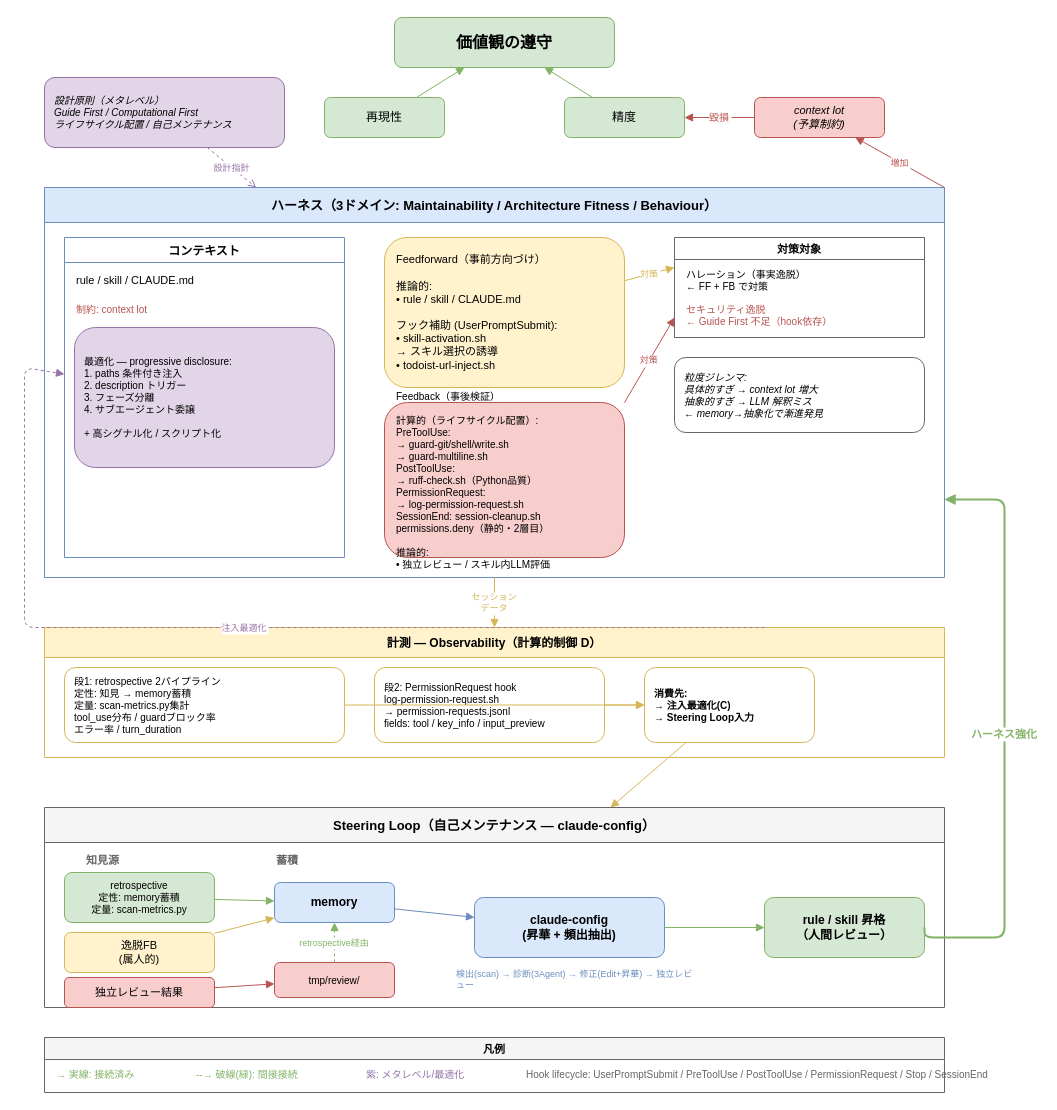
The draw.io diagram docs/harness-engineering-full-v2.drawio in swat9013/dotfiles, before the edit. Source tidied: cells renumbered, new cells numbered last; positions are measured from the earlier drawing's top-left corner, leaving out a move shared by most shapes. Both pictures are drawn from the tidied source at 100%, with x=0, y=0 at pixel (24, 17).
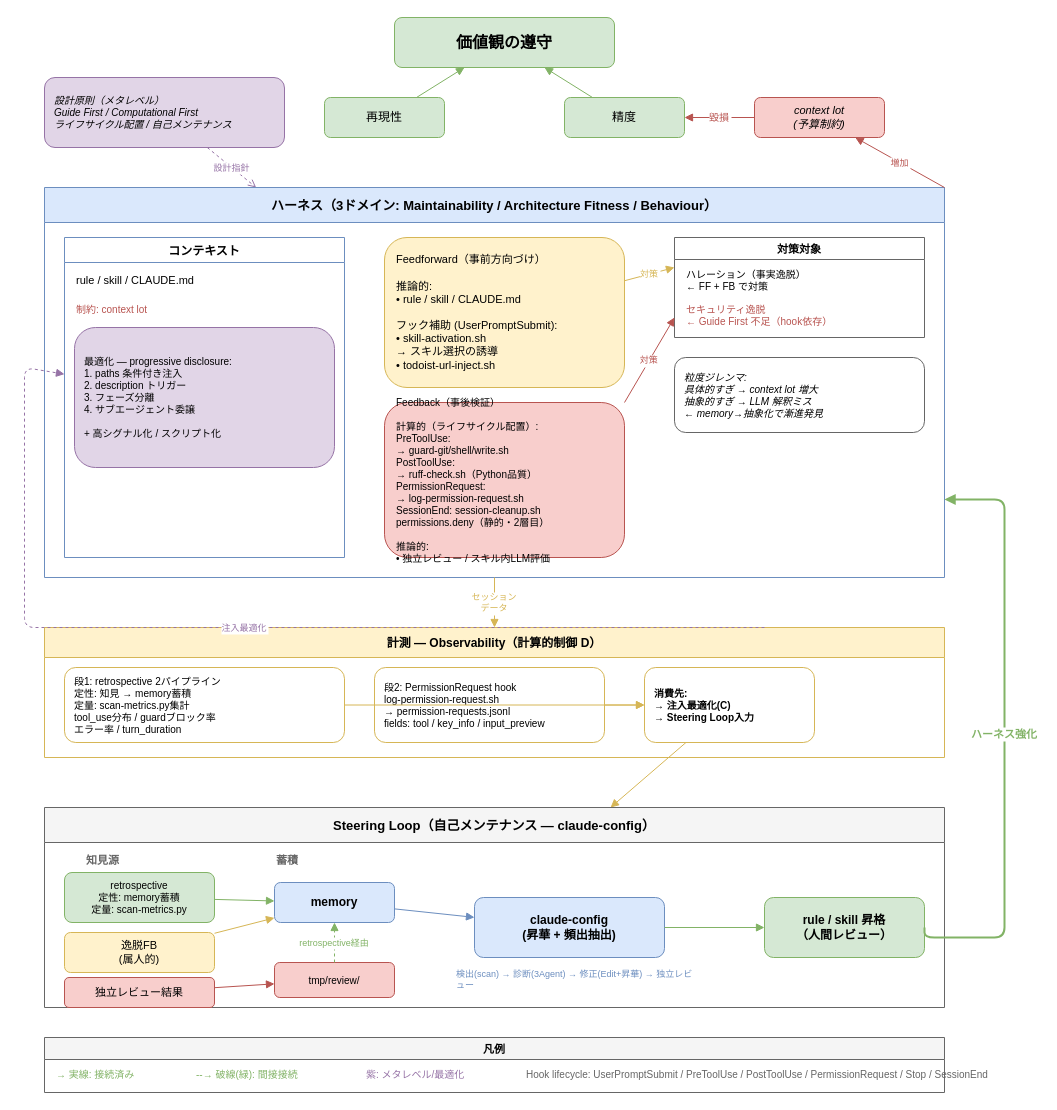
Above is the later version.

Unchanged cells that the change refers to:
```xml
<mxCell id="11" value="ハーネス（3ドメイン: Maintainability / Architecture Fitness / Behaviour）" style="swimlane;fillColor=#dae8fc;strokeColor=#6c8ebf;fontStyle=1;fontSize=13;startSize=35;" parent="1" vertex="1">
  <mxGeometry x="20" y="170" width="900" height="390" as="geometry" />
</mxCell>
```

Change to the diagram source:
```diff
@@
-    <mxCell id="17" value="Feedback（事後検証）&#10;&#10;計算的（ライフサイクル配置）:&#10;PreToolUse:&#10; → guard-git/shell/write.sh&#10; → guard-multiline.sh&#10;PostToolUse:&#10; → ruff-check.sh（Python品質）&#10;PermissionRequest:&#10; → log-permission-request.sh&#10;SessionEnd: session-cleanup.sh&#10;permissions.deny（静的・2層目）&#10;&#10;推論的:&#10;• 独立レビュー / スキル内LLM評価" style="rounded=1;whiteSpace=wrap;fillColor=#f8cecc;strokeColor=#b85450;fontSize=10;align=left;spacingLeft=10;" parent="11" vertex="1">
+    <mxCell id="17" value="Feedback（事後検証）&#10;&#10;計算的（ライフサイクル配置）:&#10;PreToolUse:&#10; → guard-git/shell/write.sh&#10;PostToolUse:&#10; → ruff-check.sh（Python品質）&#10;PermissionRequest:&#10; → log-permission-request.sh&#10;SessionEnd: session-cleanup.sh&#10;permissions.deny（静的・2層目）&#10;&#10;推論的:&#10;• 独立レビュー / スキル内LLM評価" style="rounded=1;whiteSpace=wrap;fillColor=#f8cecc;strokeColor=#b85450;fontSize=10;align=left;spacingLeft=10;" parent="11" vertex="1">
       <mxGeometry x="340" y="215" width="240" height="155" as="geometry" />
     </mxCell>
```
